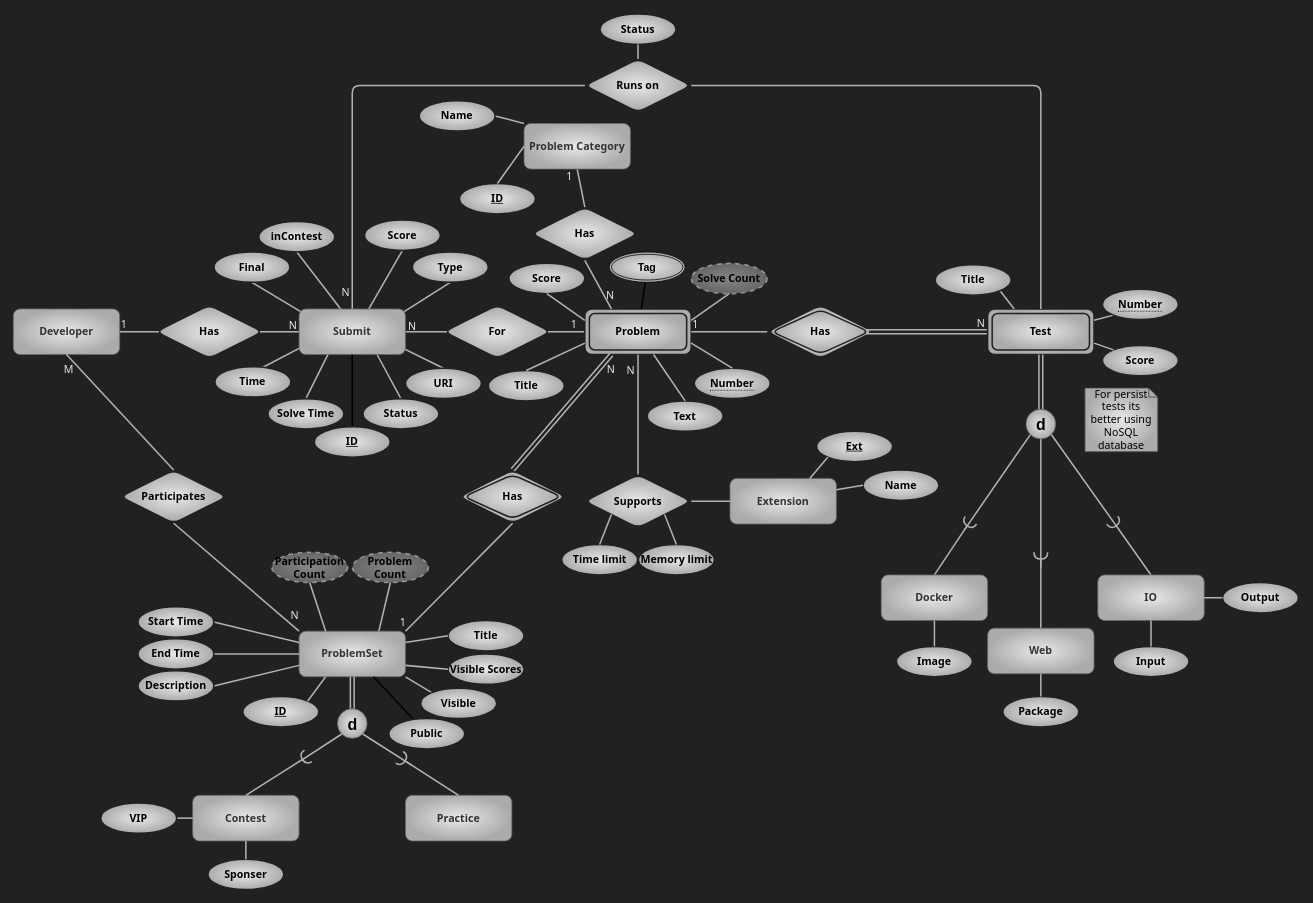
Before: page "problemset" (4 of 5) of assets/er.drawio in kntu-db/quera-norm, a draw.io diagram. Source tidied: cells renumbered, new cells numbered last; positions are measured from the earlier drawing's top-left corner, leaving out a move shared by most shapes. Both pictures are drawn from the tidied source at 76%, with x=0, y=0 at pixel (13, 14).
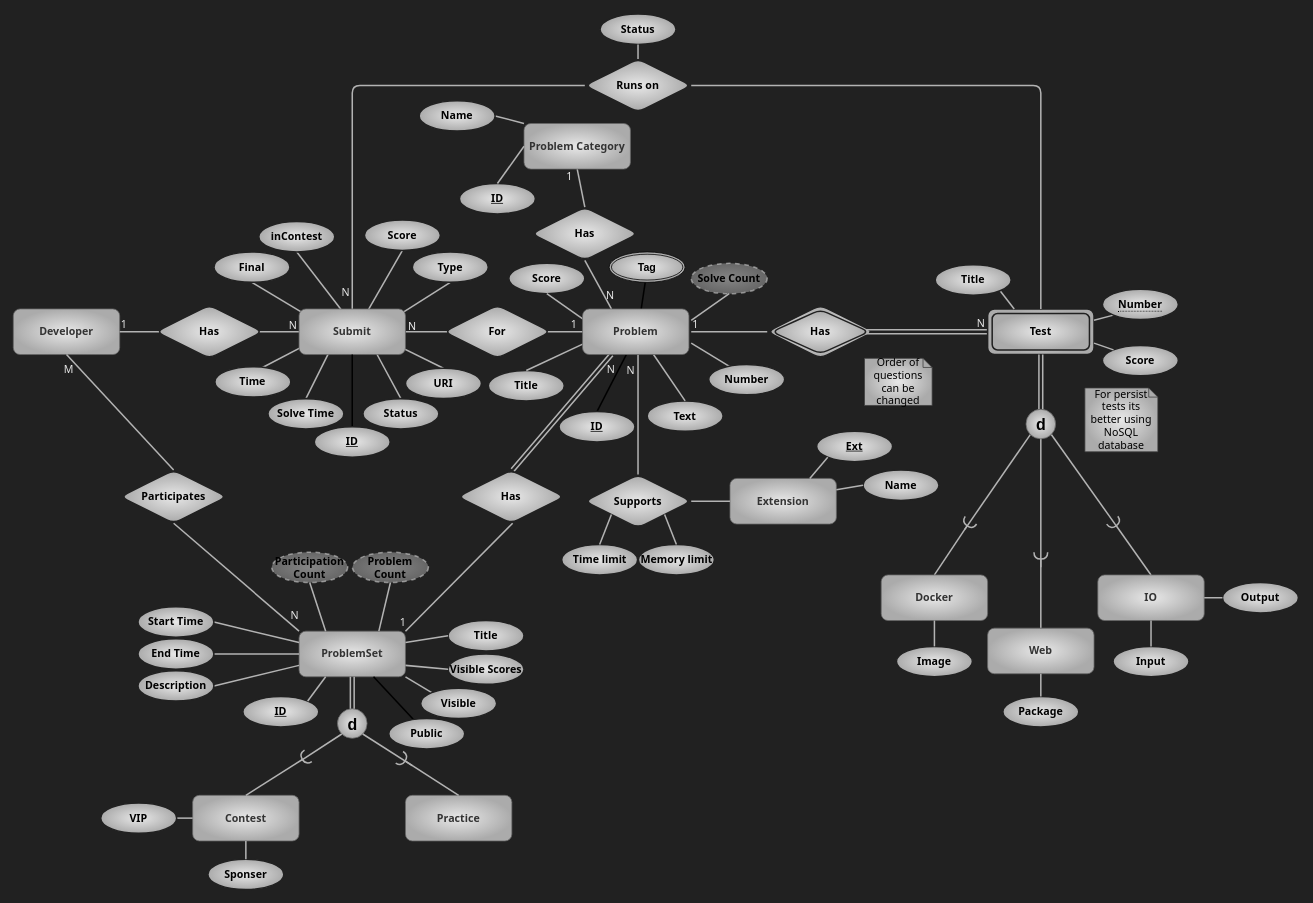
After the change.

The change refers to these unchanged cells:
```xml
<mxCell id="25" value="Solve Count" style="ellipse;whiteSpace=wrap;html=1;align=center;dashed=1;rounded=1;labelBackgroundColor=none;fontFamily=Tahoma;fontSize=14;fontColor=#000000;strokeColor=#e8e8e8;strokeWidth=2;fillColor=#E8E8E8;gradientColor=#ABABAB;gradientDirection=radial;perimeterSpacing=0;fontStyle=1;labelBorderColor=none;shadow=0;opacity=50;" parent="1" vertex="1">
  <mxGeometry x="892" y="328" width="100" height="40" as="geometry" />
</mxCell>
<mxCell id="30" value="Has" style="shape=rhombus;perimeter=rhombusPerimeter;whiteSpace=wrap;html=1;align=center;rounded=1;labelBackgroundColor=none;fontFamily=Tahoma;fontSize=14;fontColor=#000000;strokeColor=#212121;strokeWidth=2;fillColor=#E8E8E8;gradientColor=#ABABAB;gradientDirection=radial;fontStyle=1;" parent="1" vertex="1">
  <mxGeometry x="682" y="254" width="140" height="70" as="geometry" />
</mxCell>
<mxCell id="34" value="Score" style="ellipse;whiteSpace=wrap;html=1;align=center;rounded=1;labelBackgroundColor=none;fontFamily=Tahoma;fontSize=14;fontColor=#000000;strokeColor=#212121;strokeWidth=2;fillColor=#E8E8E8;gradientColor=#ABABAB;gradientDirection=radial;fontStyle=1;" parent="1" vertex="1">
  <mxGeometry x="652" y="328" width="100" height="40" as="geometry" />
</mxCell>
<mxCell id="36" value="Title" style="ellipse;whiteSpace=wrap;html=1;align=center;rounded=1;labelBackgroundColor=none;fontFamily=Tahoma;fontSize=14;fontColor=#000000;strokeColor=#212121;strokeWidth=2;fillColor=#E8E8E8;gradientColor=#ABABAB;gradientDirection=radial;fontStyle=1;" parent="1" vertex="1">
  <mxGeometry x="625" y="469" width="100" height="40" as="geometry" />
</mxCell>
<mxCell id="38" value="Text" style="ellipse;whiteSpace=wrap;html=1;align=center;rounded=1;labelBackgroundColor=none;fontFamily=Tahoma;fontSize=14;fontColor=#000000;strokeColor=#212121;strokeWidth=2;fillColor=#E8E8E8;gradientColor=#ABABAB;gradientDirection=radial;fontStyle=1;" parent="1" vertex="1">
  <mxGeometry x="834" y="509" width="100" height="40" as="geometry" />
</mxCell>
<mxCell id="42" value="Has" style="shape=rhombus;double=1;perimeter=rhombusPerimeter;whiteSpace=wrap;html=1;align=center;rounded=1;labelBackgroundColor=none;fontFamily=Tahoma;fontSize=14;fontColor=#000000;strokeColor=#212121;strokeWidth=2;fillColor=#E8E8E8;gradientColor=#ABABAB;gradientDirection=radial;fontStyle=1;" parent="1" vertex="1">
  <mxGeometry x="992" y="383" width="140" height="70" as="geometry" />
</mxCell>
<mxCell id="71" value="ProblemSet" style="whiteSpace=wrap;html=1;align=center;fontFamily=Tahoma;rounded=1;fillColor=#E8E8E8;strokeColor=#666666;fontColor=#333333;gradientColor=#ABABAB;gradientDirection=radial;fontSize=14;labelBackgroundColor=none;fontStyle=1;" parent="1" vertex="1">
  <mxGeometry x="376" y="812" width="140" height="60" as="geometry" />
</mxCell>
<mxCell id="124" value="Supports" style="shape=rhombus;perimeter=rhombusPerimeter;whiteSpace=wrap;html=1;align=center;rounded=1;labelBackgroundColor=none;fontFamily=Tahoma;fontSize=14;fontColor=#000000;strokeColor=#212121;strokeWidth=2;fillColor=#E8E8E8;gradientColor=#ABABAB;gradientDirection=radial;fontStyle=1;" parent="1" vertex="1">
  <mxGeometry x="752" y="606" width="140" height="70" as="geometry" />
</mxCell>
<mxCell id="149" value="Tag" style="ellipse;shape=doubleEllipse;margin=3;whiteSpace=wrap;html=1;align=center;gradientColor=#ABABAB;gradientDirection=radial;fillColor=#E8E8E8;fontSize=14;fontColor=#000000;fontStyle=1;strokeColor=#000000;" parent="1" vertex="1">
  <mxGeometry x="784" y="313" width="100" height="40" as="geometry" />
</mxCell>
```

Diff of the diagram source:
```diff
@@
-    <mxCell id="3" style="endArrow=none;html=1;rounded=0;shadow=0;sketch=0;fontFamily=Tahoma;fontSize=14;fontColor=#E8E8E8;strokeWidth=2;fillColor=none;strokeColor=#B3B3B3;exitX=1;exitY=0.5;exitDx=0;exitDy=0;startArrow=none;" parent="1" edge="1" target="24">
+    <mxCell id="3" style="endArrow=none;html=1;rounded=0;shadow=0;sketch=0;fontFamily=Tahoma;fontSize=14;fontColor=#E8E8E8;strokeWidth=2;fillColor=none;strokeColor=#B3B3B3;exitX=1;exitY=0.5;exitDx=0;exitDy=0;startArrow=none;" parent="1" edge="1">
       <mxGeometry relative="1" as="geometry">
         <mxPoint x="516" y="418" as="sourcePoint" />
+        <mxPoint x="752" y="418" as="targetPoint" />
       </mxGeometry>
     </mxCell>
@@
-    <mxCell id="24" value="Problem" style="shape=ext;margin=3;double=1;whiteSpace=wrap;html=1;align=center;rounded=1;labelBackgroundColor=none;fontFamily=Tahoma;fontSize=14;fontColor=#000000;fillColor=#E8E8E8;gradientColor=#ABABAB;gradientDirection=radial;fontStyle=1;strokeColor=#212121;strokeWidth=2;glass=0;" parent="1" vertex="1">
-      <mxGeometry x="752" y="388" width="140" height="60" as="geometry" />
-    </mxCell>
@@
-    <mxCell id="26" style="endArrow=none;html=1;rounded=1;fontFamily=Tahoma;fontSize=14;fontColor=#000000;strokeWidth=2;sketch=0;shadow=0;fillColor=none;strokeColor=#B3B3B3;exitX=1;exitY=0.25;exitDx=0;exitDy=0;entryX=0.5;entryY=1;entryDx=0;entryDy=0;" parent="1" edge="1" source="24" target="25">
-      <mxGeometry relative="1" as="geometry" />
+    <mxCell id="26" style="endArrow=none;html=1;rounded=1;fontFamily=Tahoma;fontSize=14;fontColor=#000000;strokeWidth=2;sketch=0;shadow=0;fillColor=none;strokeColor=#B3B3B3;exitX=1;exitY=0.25;exitDx=0;exitDy=0;entryX=0.5;entryY=1;entryDx=0;entryDy=0;" parent="1" edge="1" target="25">
+      <mxGeometry relative="1" as="geometry">
+        <mxPoint x="892" y="403" as="sourcePoint" />
+      </mxGeometry>
     </mxCell>
-    <mxCell id="27" style="endArrow=none;html=1;rounded=0;shadow=0;sketch=0;fontFamily=Tahoma;fontSize=14;fontColor=#E8E8E8;strokeWidth=2;fillColor=none;strokeColor=#B3B3B3;startArrow=none;entryX=0.25;entryY=0;entryDx=0;entryDy=0;exitX=0.5;exitY=1;exitDx=0;exitDy=0;" parent="1" edge="1" source="30" target="24">
-      <mxGeometry relative="1" as="geometry" />
+    <mxCell id="27" style="endArrow=none;html=1;rounded=0;shadow=0;sketch=0;fontFamily=Tahoma;fontSize=14;fontColor=#E8E8E8;strokeWidth=2;fillColor=none;strokeColor=#B3B3B3;startArrow=none;entryX=0.25;entryY=0;entryDx=0;entryDy=0;exitX=0.5;exitY=1;exitDx=0;exitDy=0;" parent="1" edge="1" source="30">
+      <mxGeometry relative="1" as="geometry">
+        <mxPoint x="787" y="388" as="targetPoint" />
+      </mxGeometry>
     </mxCell>
@@
-    <mxCell id="35" style="endArrow=none;html=1;rounded=1;fontFamily=Tahoma;fontSize=14;fontColor=#000000;strokeWidth=2;sketch=0;shadow=0;fillColor=none;strokeColor=#B3B3B3;exitX=0.5;exitY=1;exitDx=0;exitDy=0;entryX=0;entryY=0.25;entryDx=0;entryDy=0;" parent="1" edge="1" source="34" target="24">
-      <mxGeometry relative="1" as="geometry" />
+    <mxCell id="35" style="endArrow=none;html=1;rounded=1;fontFamily=Tahoma;fontSize=14;fontColor=#000000;strokeWidth=2;sketch=0;shadow=0;fillColor=none;strokeColor=#B3B3B3;exitX=0.5;exitY=1;exitDx=0;exitDy=0;entryX=0;entryY=0.25;entryDx=0;entryDy=0;" parent="1" edge="1" source="34">
+      <mxGeometry relative="1" as="geometry">
+        <mxPoint x="752" y="403" as="targetPoint" />
+      </mxGeometry>
     </mxCell>
@@
-    <mxCell id="37" style="endArrow=none;html=1;rounded=1;fontFamily=Tahoma;fontSize=14;fontColor=#000000;strokeWidth=2;sketch=0;shadow=0;fillColor=none;strokeColor=#B3B3B3;entryX=0;entryY=0.75;entryDx=0;entryDy=0;exitX=0.5;exitY=0;exitDx=0;exitDy=0;" parent="1" edge="1" source="36" target="24">
-      <mxGeometry relative="1" as="geometry" />
+    <mxCell id="37" style="endArrow=none;html=1;rounded=1;fontFamily=Tahoma;fontSize=14;fontColor=#000000;strokeWidth=2;sketch=0;shadow=0;fillColor=none;strokeColor=#B3B3B3;entryX=0;entryY=0.75;entryDx=0;entryDy=0;exitX=0.5;exitY=0;exitDx=0;exitDy=0;" parent="1" edge="1" source="36">
+      <mxGeometry relative="1" as="geometry">
+        <mxPoint x="752" y="433" as="targetPoint" />
+      </mxGeometry>
     </mxCell>
@@
-    <mxCell id="39" style="endArrow=none;html=1;rounded=1;fontFamily=Tahoma;fontSize=14;fontColor=#000000;strokeWidth=2;sketch=0;shadow=0;fillColor=none;strokeColor=#B3B3B3;exitX=0.5;exitY=0;exitDx=0;exitDy=0;" parent="1" edge="1" source="38" target="24">
-      <mxGeometry relative="1" as="geometry" />
+    <mxCell id="39" style="endArrow=none;html=1;rounded=1;fontFamily=Tahoma;fontSize=14;fontColor=#000000;strokeWidth=2;sketch=0;shadow=0;fillColor=none;strokeColor=#B3B3B3;exitX=0.5;exitY=0;exitDx=0;exitDy=0;" parent="1" edge="1" source="38">
+      <mxGeometry relative="1" as="geometry">
+        <mxPoint x="842.4" y="448" as="targetPoint" />
+      </mxGeometry>
     </mxCell>
-    <mxCell id="40" value="&lt;span style=&quot;border-bottom: 1px dotted&quot;&gt;Number&lt;/span&gt;" style="ellipse;whiteSpace=wrap;html=1;align=center;rounded=1;labelBackgroundColor=none;fontFamily=Tahoma;fontSize=14;fontColor=#000000;strokeColor=#212121;strokeWidth=2;fillColor=#E8E8E8;gradientColor=#ABABAB;gradientDirection=radial;fontStyle=1;" parent="1" vertex="1">
-      <mxGeometry x="896" y="466" width="100" height="40" as="geometry" />
-    </mxCell>
-    <mxCell id="41" style="endArrow=none;html=1;rounded=1;fontFamily=Tahoma;fontSize=14;fontColor=#000000;strokeWidth=2;sketch=0;shadow=0;fillColor=none;strokeColor=#B3B3B3;exitX=1;exitY=0.75;exitDx=0;exitDy=0;entryX=0.5;entryY=0;entryDx=0;entryDy=0;" parent="1" edge="1" source="24" target="40">
-      <mxGeometry relative="1" as="geometry" />
+    <mxCell id="41" style="endArrow=none;html=1;rounded=1;fontFamily=Tahoma;fontSize=14;fontColor=#000000;strokeWidth=2;sketch=0;shadow=0;fillColor=none;strokeColor=#B3B3B3;exitX=1;exitY=0.75;exitDx=0;exitDy=0;entryX=0.5;entryY=0;entryDx=0;entryDy=0;" parent="1" edge="1">
+      <mxGeometry relative="1" as="geometry">
+        <mxPoint x="892" y="433" as="sourcePoint" />
+        <mxPoint x="946" y="466" as="targetPoint" />
+      </mxGeometry>
     </mxCell>
@@
-    <mxCell id="43" style="endArrow=none;html=1;rounded=0;shadow=0;sketch=0;fontFamily=Tahoma;fontSize=14;fontColor=#E8E8E8;strokeWidth=2;fillColor=none;strokeColor=#B3B3B3;exitX=1;exitY=0.5;exitDx=0;exitDy=0;" parent="1" edge="1" source="24" target="42">
-      <mxGeometry relative="1" as="geometry" />
+    <mxCell id="43" style="endArrow=none;html=1;rounded=0;shadow=0;sketch=0;fontFamily=Tahoma;fontSize=14;fontColor=#E8E8E8;strokeWidth=2;fillColor=none;strokeColor=#B3B3B3;exitX=1;exitY=0.5;exitDx=0;exitDy=0;" parent="1" edge="1" target="42">
+      <mxGeometry relative="1" as="geometry">
+        <mxPoint x="892" y="418" as="sourcePoint" />
+      </mxGeometry>
     </mxCell>
@@
-    <mxCell id="81" style="shape=link;html=1;rounded=0;shadow=0;sketch=0;fontFamily=Tahoma;fontSize=14;fontColor=#E8E8E8;strokeWidth=2;fillColor=none;strokeColor=#B3B3B3;entryX=0.25;entryY=1;entryDx=0;entryDy=0;exitX=0.5;exitY=0;exitDx=0;exitDy=0;" parent="1" edge="1" source="84" target="24">
-      <mxGeometry relative="1" as="geometry" />
+    <mxCell id="81" style="shape=link;html=1;rounded=0;shadow=0;sketch=0;fontFamily=Tahoma;fontSize=14;fontColor=#E8E8E8;strokeWidth=2;fillColor=none;strokeColor=#B3B3B3;entryX=0.25;entryY=1;entryDx=0;entryDy=0;exitX=0.5;exitY=0;exitDx=0;exitDy=0;" parent="1" edge="1">
+      <mxGeometry relative="1" as="geometry">
+        <mxPoint x="657" y="600" as="sourcePoint" />
+        <mxPoint x="787" y="448" as="targetPoint" />
+      </mxGeometry>
     </mxCell>
@@
-    <mxCell id="84" value="Has" style="shape=rhombus;double=1;perimeter=rhombusPerimeter;whiteSpace=wrap;html=1;align=center;rounded=1;labelBackgroundColor=none;fontFamily=Tahoma;fontSize=14;fontColor=#000000;strokeColor=#212121;strokeWidth=2;fillColor=#E8E8E8;gradientColor=#ABABAB;gradientDirection=radial;fontStyle=1;" parent="1" vertex="1">
-      <mxGeometry x="587" y="600" width="140" height="70" as="geometry" />
-    </mxCell>
-    <mxCell id="85" style="endArrow=none;html=1;rounded=0;shadow=0;sketch=0;fontFamily=Tahoma;fontSize=14;fontColor=#E8E8E8;strokeWidth=2;fillColor=none;strokeColor=#B3B3B3;exitX=0.5;exitY=1;exitDx=0;exitDy=0;entryX=1;entryY=0;entryDx=0;entryDy=0;" parent="1" edge="1" source="84" target="71">
-      <mxGeometry relative="1" as="geometry" />
+    <mxCell id="85" style="endArrow=none;html=1;rounded=0;shadow=0;sketch=0;fontFamily=Tahoma;fontSize=14;fontColor=#E8E8E8;strokeWidth=2;fillColor=none;strokeColor=#B3B3B3;exitX=0.5;exitY=1;exitDx=0;exitDy=0;entryX=1;entryY=0;entryDx=0;entryDy=0;" parent="1" edge="1" target="71">
+      <mxGeometry relative="1" as="geometry">
+        <mxPoint x="657" y="670" as="sourcePoint" />
+      </mxGeometry>
     </mxCell>
@@
-    <mxCell id="125" style="endArrow=none;html=1;rounded=1;fontFamily=Tahoma;fontSize=14;fontColor=#000000;strokeWidth=2;sketch=0;shadow=0;fillColor=none;strokeColor=#B3B3B3;exitX=0.5;exitY=0;exitDx=0;exitDy=0;entryX=0.5;entryY=1;entryDx=0;entryDy=0;" parent="1" edge="1" source="124" target="24">
-      <mxGeometry relative="1" as="geometry" />
+    <mxCell id="125" style="endArrow=none;html=1;rounded=1;fontFamily=Tahoma;fontSize=14;fontColor=#000000;strokeWidth=2;sketch=0;shadow=0;fillColor=none;strokeColor=#B3B3B3;exitX=0.5;exitY=0;exitDx=0;exitDy=0;entryX=0.5;entryY=1;entryDx=0;entryDy=0;" parent="1" edge="1" source="124">
+      <mxGeometry relative="1" as="geometry">
+        <mxPoint x="822" y="448" as="targetPoint" />
+      </mxGeometry>
     </mxCell>
@@
-    <mxCell id="148" style="edgeStyle=none;html=1;endArrow=none;endFill=0;strokeWidth=2;" parent="1" edge="1" source="149" target="24">
-      <mxGeometry relative="1" as="geometry" />
+    <mxCell id="148" style="edgeStyle=none;html=1;endArrow=none;endFill=0;strokeWidth=2;" parent="1" edge="1" source="149">
+      <mxGeometry relative="1" as="geometry">
+        <mxPoint x="826.2" y="388" as="targetPoint" />
+      </mxGeometry>
     </mxCell>
@@
+    <mxCell id="152" value="Order of questions can be changed" style="shape=note;size=12;whiteSpace=wrap;html=1;rounded=1;shadow=0;glass=0;labelBackgroundColor=none;labelBorderColor=none;fontFamily=Tahoma;fontSize=14;fontColor=#000000;strokeColor=#3D3D3D;strokeWidth=1;fillColor=#E8E8E8;gradientColor=#ABABAB;gradientDirection=radial;" parent="1" vertex="1">
+      <mxGeometry x="1120" y="453" width="89" height="62" as="geometry" />
+    </mxCell>
+    <mxCell id="40" value="Number" style="ellipse;whiteSpace=wrap;html=1;align=center;rounded=1;labelBackgroundColor=none;fontFamily=Tahoma;fontSize=14;fontColor=#000000;strokeColor=#212121;strokeWidth=2;fillColor=#E8E8E8;gradientColor=#ABABAB;gradientDirection=radial;fontStyle=1;" parent="1" vertex="1">
+      <mxGeometry x="915" y="461" width="100" height="40" as="geometry" />
+    </mxCell>
+    <mxCell id="84" value="Has" style="shape=rhombus;perimeter=rhombusPerimeter;whiteSpace=wrap;html=1;align=center;rounded=1;labelBackgroundColor=none;fontFamily=Tahoma;fontSize=14;fontColor=#000000;strokeColor=#212121;strokeWidth=2;fillColor=#E8E8E8;gradientColor=#ABABAB;gradientDirection=radial;fontStyle=1;" parent="1" vertex="1">
+      <mxGeometry x="585" y="600" width="140" height="70" as="geometry" />
+    </mxCell>
+    <mxCell id="153" style="edgeStyle=none;html=1;exitX=0.5;exitY=0;exitDx=0;exitDy=0;endArrow=none;endFill=0;strokeWidth=2;" parent="1" edge="1" source="154">
+      <mxGeometry relative="1" as="geometry">
+        <mxPoint x="806.6" y="448" as="targetPoint" />
+      </mxGeometry>
+    </mxCell>
+    <mxCell id="154" value="&lt;u&gt;ID&lt;/u&gt;" style="ellipse;whiteSpace=wrap;html=1;align=center;rounded=1;labelBackgroundColor=none;fontFamily=Tahoma;fontSize=14;fontColor=#000000;strokeColor=#212121;strokeWidth=2;fillColor=#E8E8E8;gradientColor=#ABABAB;gradientDirection=radial;fontStyle=1;" parent="1" vertex="1">
+      <mxGeometry x="718" y="523" width="100" height="40" as="geometry" />
+    </mxCell>
+    <mxCell id="24" value="Problem" style="whiteSpace=wrap;html=1;align=center;fontFamily=Tahoma;rounded=1;fillColor=#E8E8E8;strokeColor=#666666;fontColor=#333333;gradientColor=#ABABAB;gradientDirection=radial;fontSize=14;labelBackgroundColor=none;fontStyle=1;" parent="1" vertex="1">
+      <mxGeometry x="749" y="388" width="140" height="60" as="geometry" />
+    </mxCell>
```
